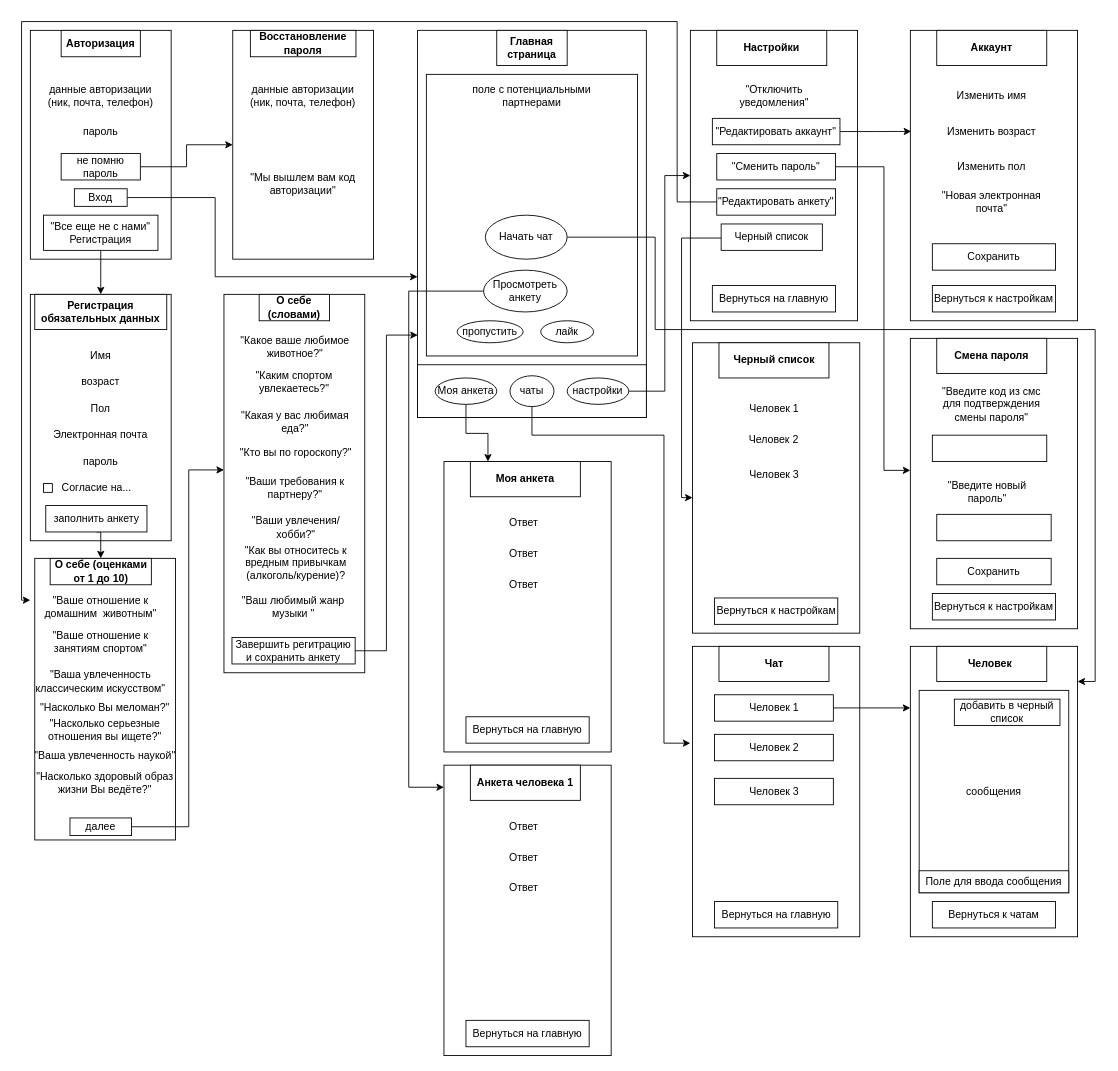
Earlier version of the draw.io diagram Копия Карта приложения.drawio (OskarGaliullin231-329/tinder-analog). Source tidied: cells renumbered, new cells numbered last; positions are measured from the earlier drawing's top-left corner, leaving out a move shared by most shapes. Both pictures are drawn from the tidied source at 88%, with x=0, y=0 at pixel (21, 21).
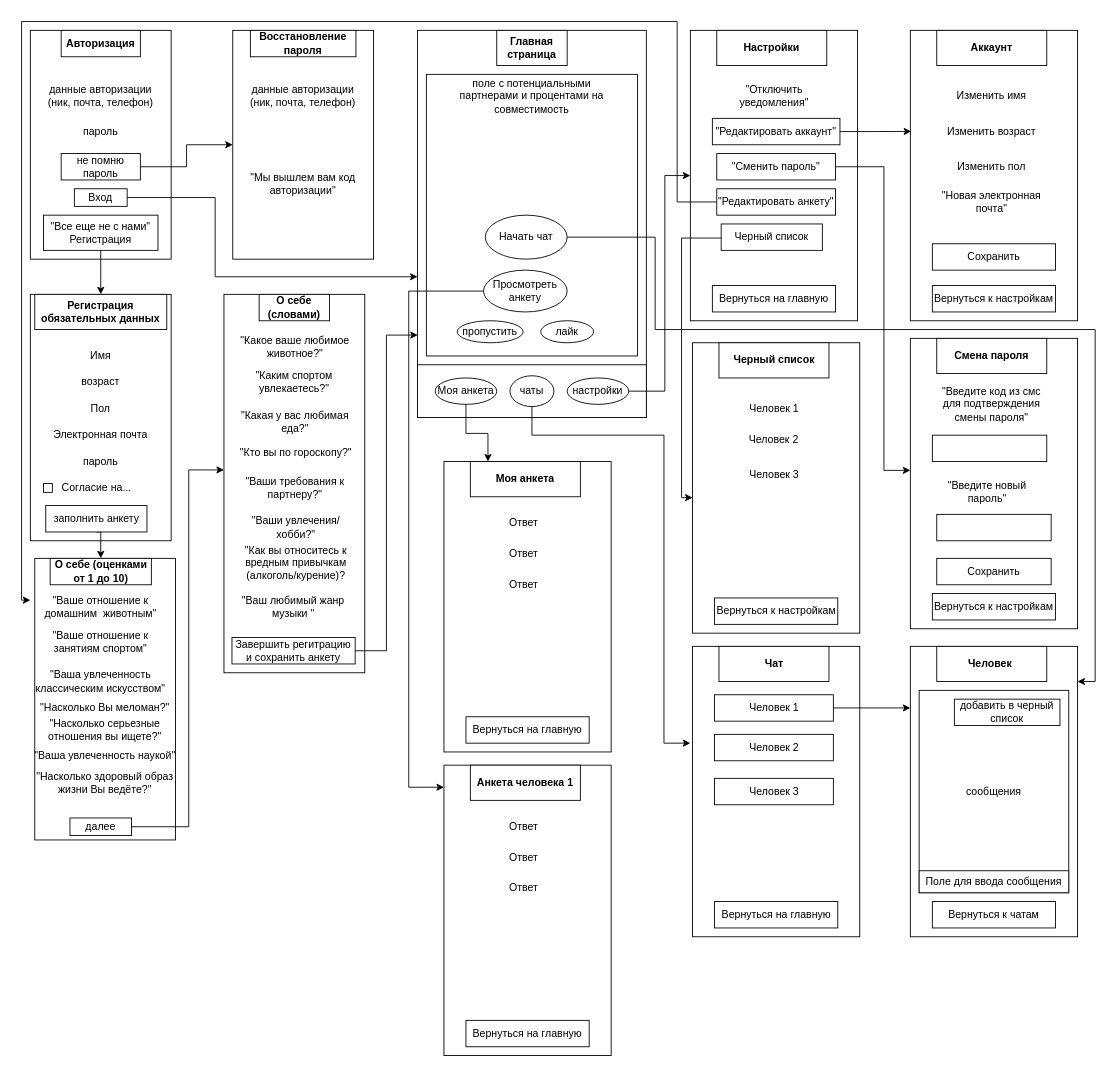
Above is the later version.

Change to the diagram source:
```diff
@@
-    <mxCell id="49" value="поле с потенциальными партнерами" style="text;html=1;strokeColor=none;fillColor=none;align=center;verticalAlign=middle;whiteSpace=wrap;rounded=0;" parent="1" vertex="1">
+    <mxCell id="49" value="поле с потенциальными партнерами и процентами на совместимость" style="text;html=1;strokeColor=none;fillColor=none;align=center;verticalAlign=middle;whiteSpace=wrap;rounded=0;" parent="1" vertex="1">
       <mxGeometry x="495" y="60" width="170" height="50" as="geometry" />
     </mxCell>
```
